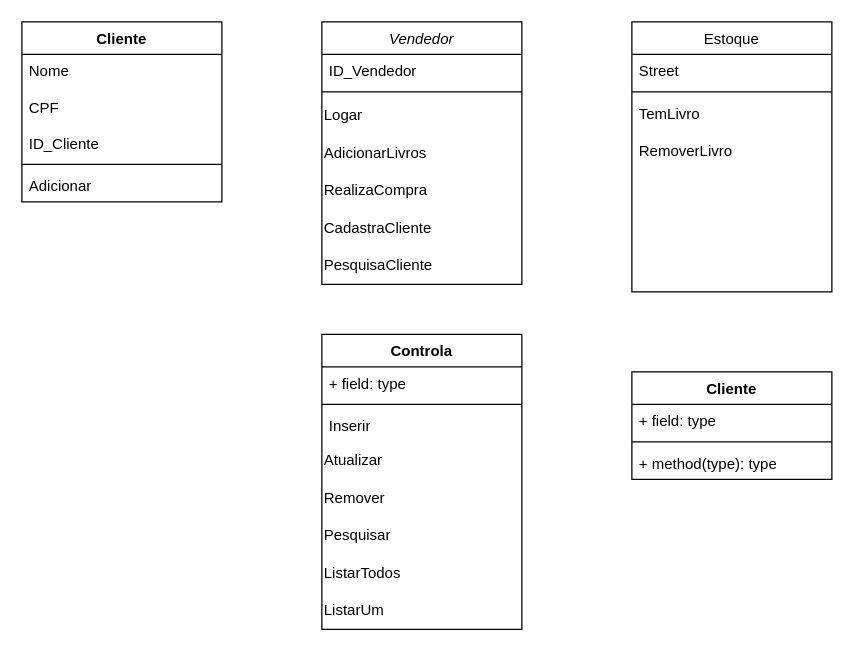
The draw.io diagram Documentação/UML_Primeira_Parte.drawio in AlecrimLunar/Banco-de-dados-Livraria, before the edit. Source tidied: cells renumbered, new cells numbered last; positions are measured from the earlier drawing's top-left corner, leaving out a move shared by most shapes. Both pictures are drawn from the tidied source at 125%, with x=0, y=0 at pixel (21, 21).
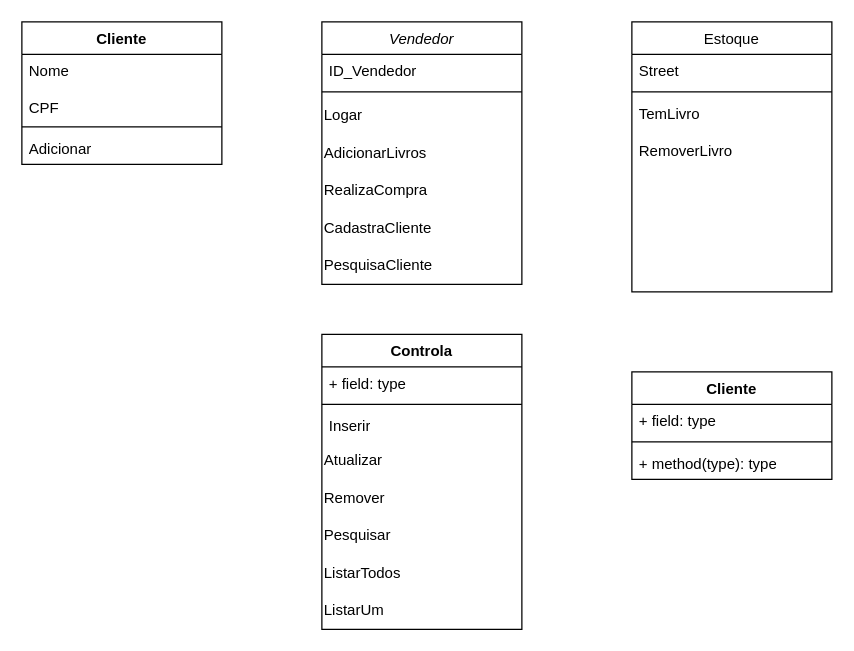
The same diagram, later.

Change to the diagram source:
```diff
@@
     <mxCell id="28" value="Cliente" style="swimlane;fontStyle=1;align=center;verticalAlign=top;horizontal=1;startSize=26;whiteSpace=wrap;html=1;" parent="1" vertex="1">
-      <mxGeometry width="160" height="144" as="geometry" />
+      <mxGeometry width="160" height="114" as="geometry" />
     </mxCell>
-    <mxCell id="29" value="Nome&lt;div&gt;&lt;br&gt;&lt;div&gt;CPF&lt;/div&gt;&lt;div&gt;&lt;br&gt;&lt;/div&gt;&lt;div&gt;ID_Cliente&lt;/div&gt;&lt;/div&gt;&lt;div&gt;&lt;br&gt;&lt;/div&gt;" style="text;strokeColor=none;fillColor=none;align=left;verticalAlign=top;spacingLeft=4;spacingRight=4;overflow=hidden;whiteSpace=wrap;html=1;" parent="28" vertex="1">
-      <mxGeometry y="26" width="160" height="84" as="geometry" />
+    <mxCell id="29" value="Nome&lt;div&gt;&lt;br&gt;&lt;div&gt;CPF&lt;/div&gt;&lt;/div&gt;&lt;div&gt;&lt;br&gt;&lt;/div&gt;" style="text;strokeColor=none;fillColor=none;align=left;verticalAlign=top;spacingLeft=4;spacingRight=4;overflow=hidden;whiteSpace=wrap;html=1;" parent="28" vertex="1">
+      <mxGeometry y="26" width="160" height="54" as="geometry" />
     </mxCell>
     <mxCell id="30" style="line;strokeWidth=1;fillColor=none;align=left;verticalAlign=middle;spacingTop=-1;spacingLeft=3;spacingRight=3;labelPosition=right;strokeColor=inherit;" parent="28" vertex="1">
-      <mxGeometry y="110" width="160" height="8" as="geometry" />
+      <mxGeometry y="80" width="160" height="8" as="geometry" />
     </mxCell>
     <mxCell id="31" value="Adicionar" style="text;strokeColor=none;fillColor=none;align=left;verticalAlign=top;spacingLeft=4;spacingRight=4;overflow=hidden;whiteSpace=wrap;html=1;" parent="28" vertex="1">
-      <mxGeometry y="118" width="160" height="26" as="geometry" />
+      <mxGeometry y="88" width="160" height="26" as="geometry" />
     </mxCell>
```
